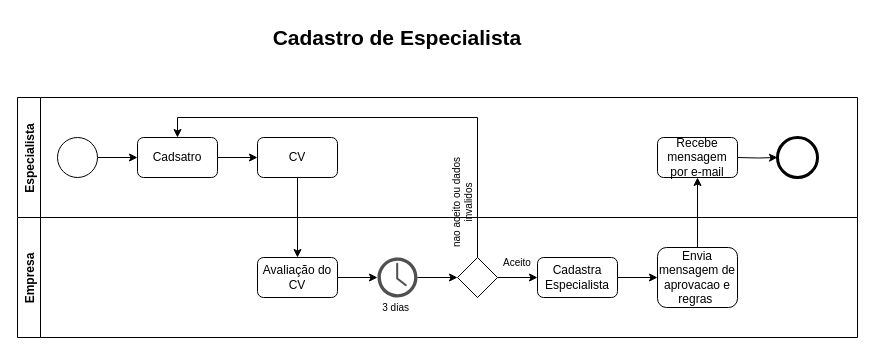
Before: page "Cadastro Especialista" (2 of 2) of Diagrams/Diagrama - Processos de negocios.drawio in luca-moraes/projetoEngenhariaSoftware, a draw.io diagram. Source tidied: cells renumbered, new cells numbered last; positions are measured from the earlier drawing's top-left corner, leaving out a move shared by most shapes. Both pictures are drawn from the tidied source at 100%, with x=0, y=0 at pixel (17, 17).
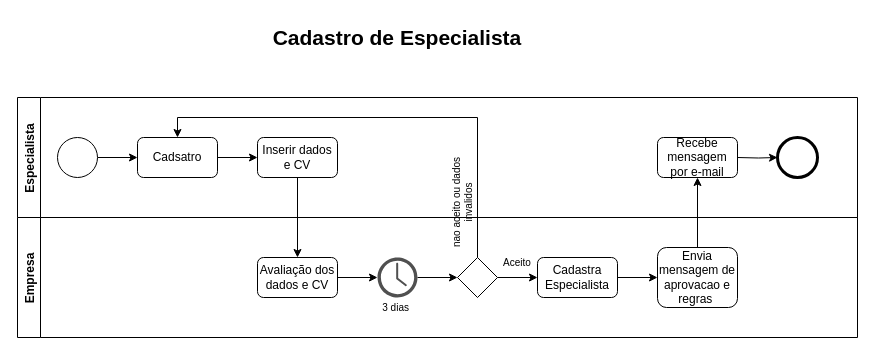
Above is the later version.

The change refers to these unchanged cells:
```xml
<mxCell id="2" value="Especialista" style="swimlane;horizontal=0;fontSize=12;" parent="1" vertex="1">
  <mxGeometry y="80" width="840" height="120" as="geometry" />
</mxCell>
<mxCell id="12" value="Empresa" style="swimlane;horizontal=0;" parent="1" vertex="1">
  <mxGeometry y="200" width="840" height="120" as="geometry" />
</mxCell>
```

Diff of the diagram source:
```diff
@@
-    <mxCell id="7" value="CV" style="rounded=1;whiteSpace=wrap;html=1;" parent="2" vertex="1">
+    <mxCell id="7" value="Inserir dados e CV" style="rounded=1;whiteSpace=wrap;html=1;" parent="2" vertex="1">
       <mxGeometry x="240" y="40" width="80" height="40" as="geometry" />
     </mxCell>
@@
-    <mxCell id="14" value="Avaliação do CV" style="rounded=1;whiteSpace=wrap;html=1;" parent="12" vertex="1">
+    <mxCell id="14" value="Avaliação dos dados e CV" style="rounded=1;whiteSpace=wrap;html=1;" parent="12" vertex="1">
       <mxGeometry x="240" y="40" width="80" height="40" as="geometry" />
     </mxCell>
```
